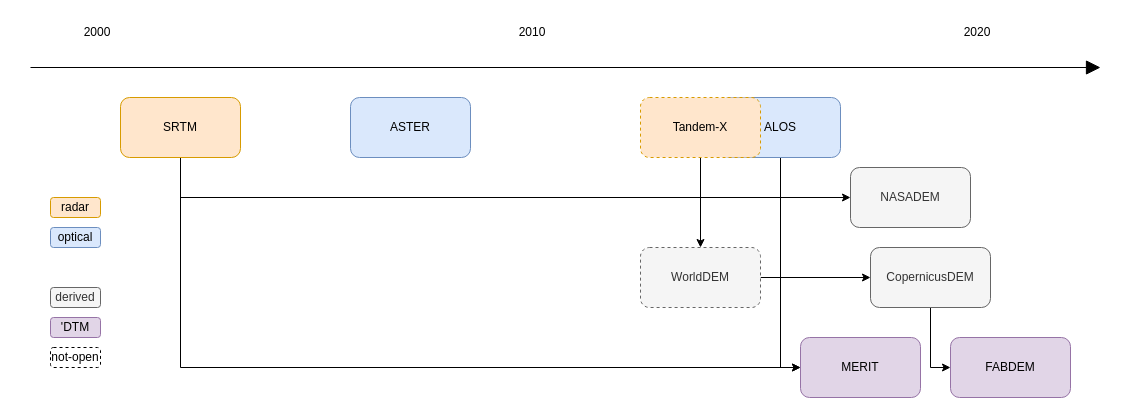
This is gdem/figs/dems_overview.drawio from tudelft3d/terrainbook, a draw.io file, before an edit. Source tidied: cells renumbered, new cells numbered last; positions are measured from the earlier drawing's top-left corner, leaving out a move shared by most shapes. Both pictures are drawn from the tidied source at 100%, with x=0, y=0 at pixel (30, 17).
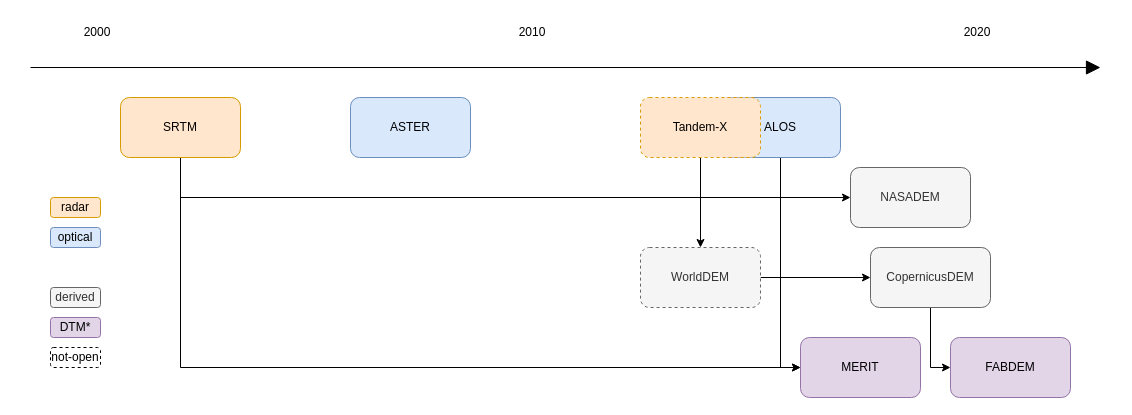
After the change.

The edit, as a diff of the source:
```diff
@@
-    <mxCell id="24" value="'DTM" style="rounded=1;whiteSpace=wrap;html=1;shadow=0;glass=0;sketch=0;fillColor=#e1d5e7;strokeColor=#9673a6;" parent="1" vertex="1">
+    <mxCell id="24" value="DTM*" style="rounded=1;whiteSpace=wrap;html=1;shadow=0;glass=0;sketch=0;fillColor=#e1d5e7;strokeColor=#9673a6;" parent="1" vertex="1">
       <mxGeometry x="20" y="300" width="50" height="20" as="geometry" />
     </mxCell>
```
